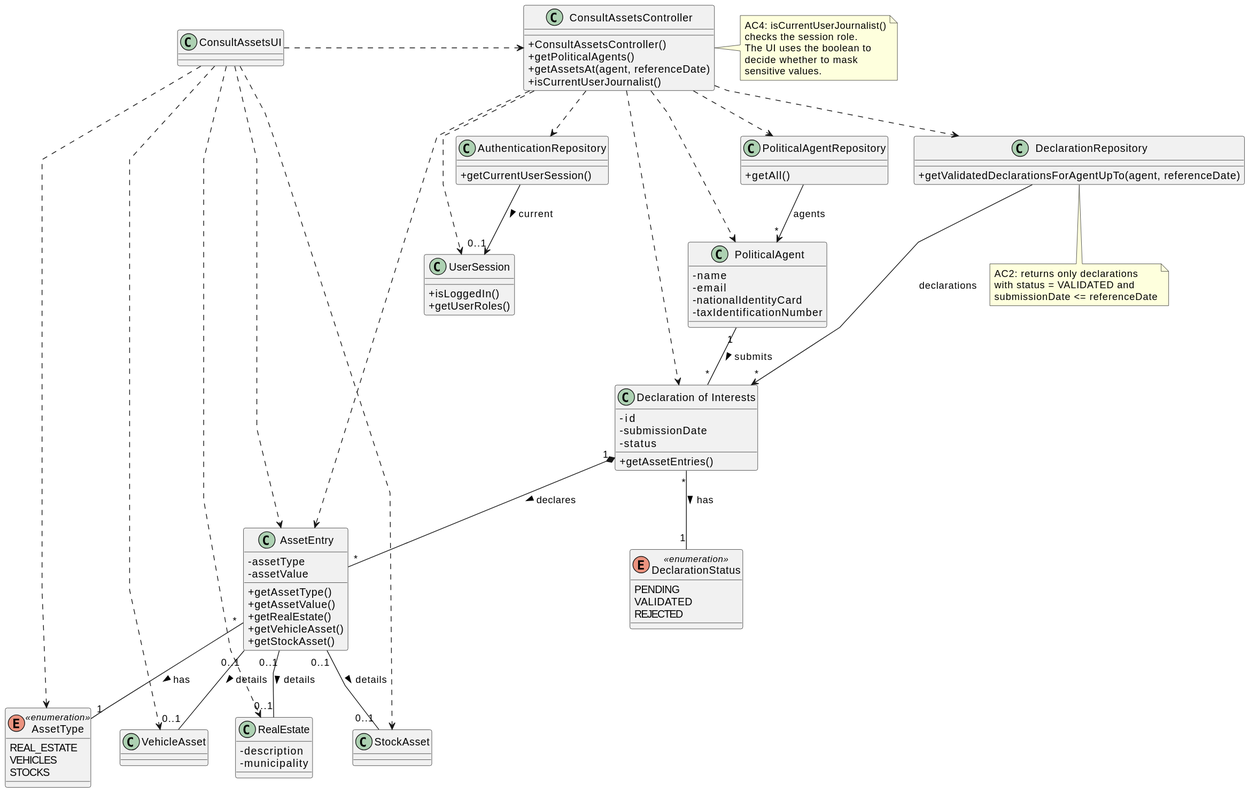
Before: docs/system-documentation/US11/03.design/svg/US11-CD.svg, a diagram exported from PlantUML (brunodspinto/crystal-clear-platform).
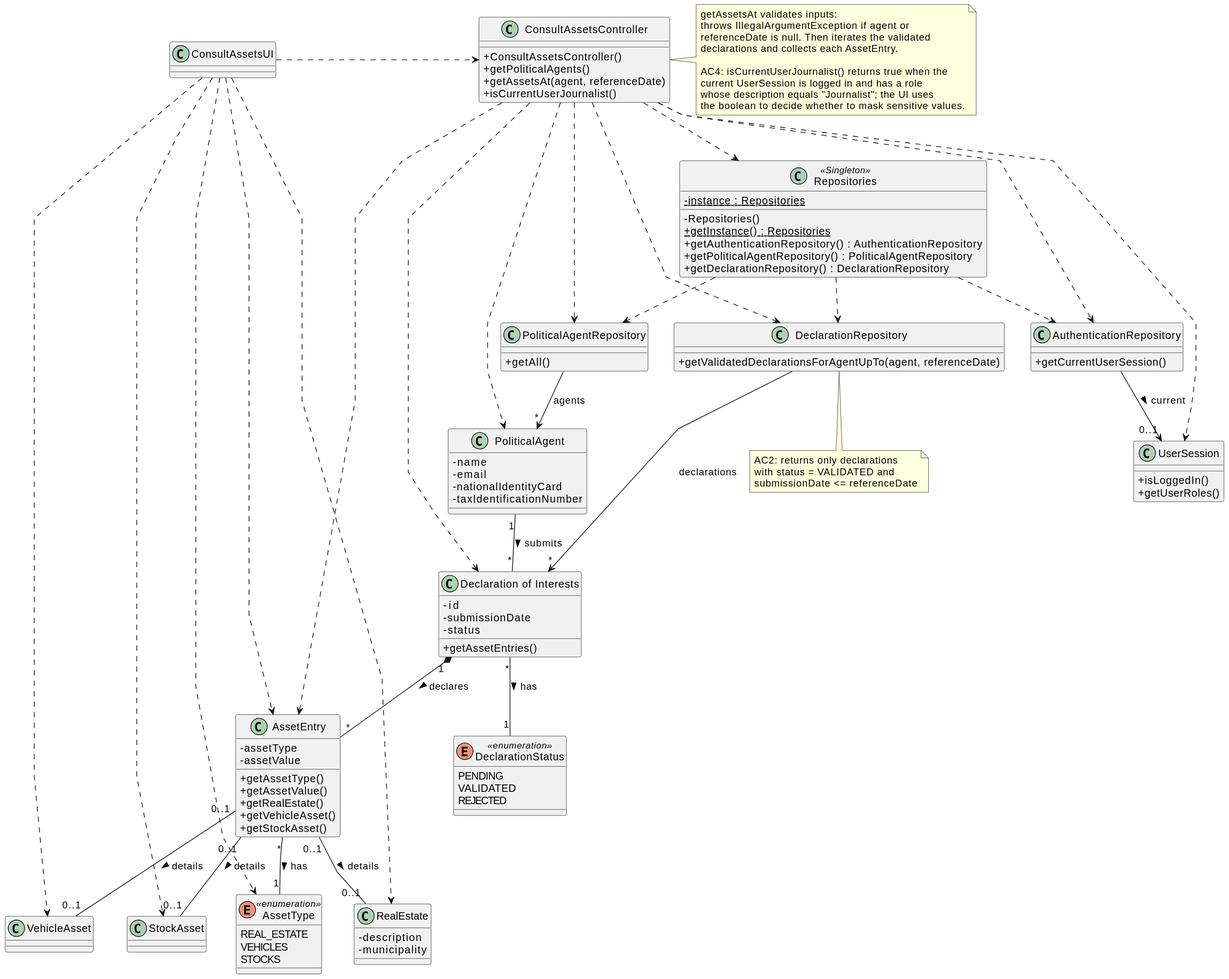
After the commit.

What changed in the source:
```diff
@@ -12,6 +12,15 @@
     + getPoliticalAgents()
     + getAssetsAt(agent, referenceDate)
     + isCurrentUserJournalist()
+}
+
+class Repositories <<Singleton>> {
+    - {static} instance : Repositories
+    - Repositories()
+    + {static} getInstance() : Repositories
+    + getAuthenticationRepository() : AuthenticationRepository
+    + getPoliticalAgentRepository() : PoliticalAgentRepository
+    + getDeclarationRepository() : DeclarationRepository
 }
 
 class AuthenticationRepository {
@@ -85,6 +94,10 @@
 ConsultAssetsUI ..> StockAsset
 ConsultAssetsUI ..> AssetType
 
+ConsultAssetsController ..> Repositories
+Repositories ..> AuthenticationRepository
+Repositories ..> PoliticalAgentRepository
+Repositories ..> DeclarationRepository
 ConsultAssetsController ..> AuthenticationRepository
 ConsultAssetsController ..> PoliticalAgentRepository
 ConsultAssetsController ..> DeclarationRepository
@@ -106,11 +119,15 @@
 AssetEntry "0..1" -- "0..1" StockAsset : details >
 
 note right of ConsultAssetsController
-    AC4: isCurrentUserJournalist()
-    checks the session role.
-    The UI uses the boolean to
-    decide whether to mask
-    sensitive values.
+    getAssetsAt validates inputs:
+    throws IllegalArgumentException if agent or
+    referenceDate is null. Then iterates the validated
+    declarations and collects each AssetEntry.
+
+    AC4: isCurrentUserJournalist() returns true when the
+    current UserSession is logged in and has a role
+    whose description equals "Journalist"; the UI uses
+    the boolean to decide whether to mask sensitive values.
 end note
 
 note bottom of DeclarationRepository
```
